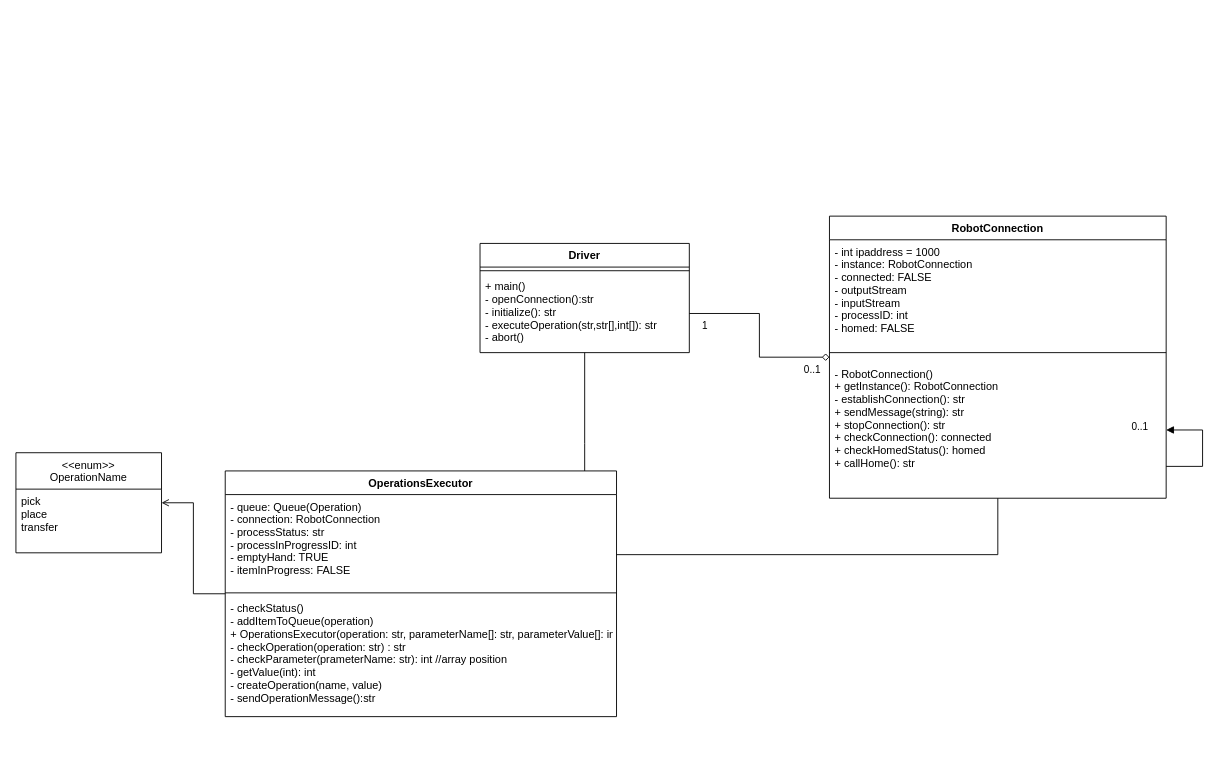
Before: Documentation/Driver Class Diagram.drawio in CristinaRiveraV/MockRobot_Device_Driver, a draw.io diagram. Source tidied: cells renumbered, new cells numbered last; positions are measured from the earlier drawing's top-left corner, leaving out a move shared by most shapes. Both pictures are drawn from the tidied source at 91%, with x=0, y=0 at pixel (15, 216).
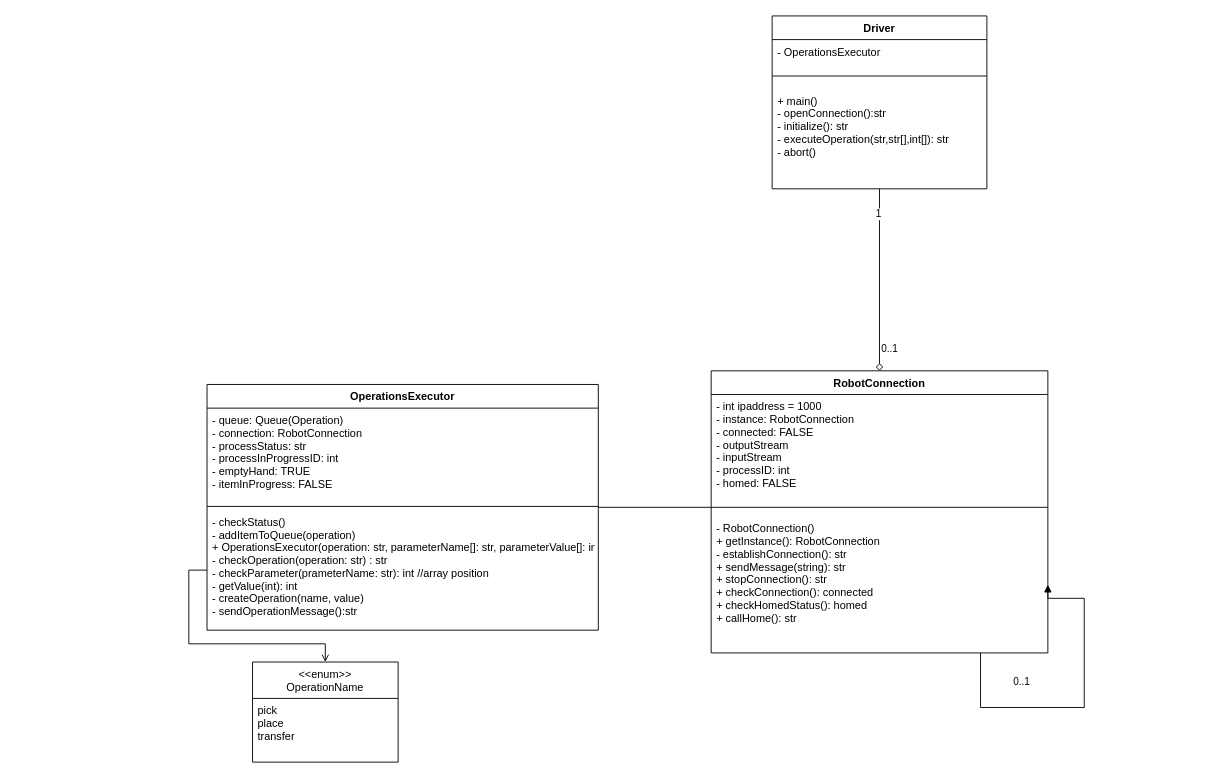
After the change.

Unchanged cells that the change refers to:
```xml
<mxCell id="8" value="- RobotConnection()&#10;+ getInstance(): RobotConnection&#10;- establishConnection(): str&#10;+ sendMessage(string): str&#10;+ stopConnection(): str&#10;+ checkConnection(): connected&#10;+ checkHomedStatus(): homed&#10;+ callHome(): str" style="text;strokeColor=none;fillColor=none;align=left;verticalAlign=top;spacingLeft=4;spacingRight=4;overflow=hidden;points=[[0,0.5],[1,0.5]];portConstraint=eastwest;" parent="5" vertex="1">
  <mxGeometry y="160" width="370" height="150" as="geometry" />
</mxCell>
<mxCell id="19" value="- checkStatus()&#10;- addItemToQueue(operation)&#10;+ OperationsExecutor(operation: str, parameterName[]: str, parameterValue[]: int): str&#10;- checkOperation(operation: str) : str&#10;- checkParameter(prameterName: str): int //array position&#10;- getValue(int): int&#10;- createOperation(name, value)&#10;- sendOperationMessage():str " style="text;strokeColor=none;fillColor=none;align=left;verticalAlign=top;spacingLeft=4;spacingRight=4;overflow=hidden;points=[[0,0.5],[1,0.5]];portConstraint=eastwest;" parent="16" vertex="1">
  <mxGeometry y="138" width="430" height="132" as="geometry" />
</mxCell>
```

What changed in the source:
```diff
@@
     <mxCell id="2" value="Driver" style="swimlane;fontStyle=1;align=center;verticalAlign=top;horizontal=1;startSize=26;" parent="1" vertex="1">
-      <mxGeometry x="510" y="30" width="230" height="120" as="geometry" />
+      <mxGeometry x="831" y="-220" width="236" height="190" as="geometry" />
     </mxCell>
+    <mxCell id="23" value="- OperationsExecutor" style="text;strokeColor=none;fillColor=none;align=left;verticalAlign=top;spacingLeft=4;spacingRight=4;overflow=hidden;" parent="2" vertex="1">
+      <mxGeometry y="26" width="236" height="26" as="geometry" />
+    </mxCell>
     <mxCell id="3" style="line;strokeWidth=1;fillColor=none;align=left;verticalAlign=middle;spacingTop=-1;spacingLeft=3;spacingRight=3;labelPosition=right;" parent="2" vertex="1">
-      <mxGeometry y="26" width="230" height="8" as="geometry" />
+      <mxGeometry y="52" width="236" height="28" as="geometry" />
     </mxCell>
     <mxCell id="4" value="+ main()&#10;- openConnection():str&#10;- initialize(): str&#10;- executeOperation(str,str[],int[]): str&#10;- abort()&#10;" style="text;strokeColor=none;fillColor=none;align=left;verticalAlign=top;spacingLeft=4;spacingRight=4;overflow=hidden;points=[[0,0.5],[1,0.5]];portConstraint=eastwest;" parent="2" vertex="1">
-      <mxGeometry y="34" width="230" height="86" as="geometry" />
+      <mxGeometry y="80" width="236" height="110" as="geometry" />
     </mxCell>
     <mxCell id="5" value="RobotConnection" style="swimlane;fontStyle=1;align=center;verticalAlign=top;horizontal=1;startSize=26;" parent="1" vertex="1">
-      <mxGeometry x="894" width="370" height="310" as="geometry" />
+      <mxGeometry x="764" y="170" width="370" height="310" as="geometry" />
     </mxCell>
@@
-    <mxCell id="9" style="edgeStyle=orthogonalEdgeStyle;rounded=0;jettySize=auto;html=1;endArrow=block;endFill=1;entryX=1;entryY=0.5;entryDx=0;entryDy=0;" parent="5" edge="1" source="5" target="8">
+    <mxCell id="9" style="edgeStyle=orthogonalEdgeStyle;rounded=0;orthogonalLoop=1;jettySize=auto;html=1;endArrow=block;endFill=1;entryX=1;entryY=0.5;entryDx=0;entryDy=0;exitX=0.8;exitY=1;exitDx=0;exitDy=0;exitPerimeter=0;" parent="5" edge="1" source="8" target="8">
       <mxGeometry relative="1" as="geometry">
         <Array as="points">
-          <mxPoint x="320" y="275" />
-          <mxPoint x="410" y="275" />
-          <mxPoint x="410" y="174" />
+          <mxPoint x="296" y="370" />
+          <mxPoint x="410" y="370" />
+          <mxPoint x="410" y="250" />
+          <mxPoint x="370" y="250" />
         </Array>
       </mxGeometry>
     </mxCell>
@@
-    <mxCell id="11" style="edgeStyle=orthogonalEdgeStyle;rounded=0;jettySize=auto;html=1;endArrow=diamond;endFill=0;" parent="1" edge="1" source="4" target="5">
+    <mxCell id="11" style="edgeStyle=orthogonalEdgeStyle;rounded=0;jettySize=auto;html=1;endArrow=diamond;endFill=0;" parent="1" edge="1" source="2" target="5">
       <mxGeometry relative="1" as="geometry" />
     </mxCell>
@@
-    <mxCell id="14" style="edgeStyle=orthogonalEdgeStyle;rounded=0;jettySize=auto;html=1;endArrow=none;endFill=0;" parent="1" edge="1" source="16" target="2">
-      <mxGeometry relative="1" as="geometry">
-        <Array as="points">
-          <mxPoint x="625" y="250" />
-          <mxPoint x="625" y="250" />
-        </Array>
-      </mxGeometry>
-    </mxCell>
     <mxCell id="15" style="edgeStyle=orthogonalEdgeStyle;rounded=0;jettySize=auto;html=1;endArrow=none;endFill=0;" parent="1" edge="1" source="16" target="5">
       <mxGeometry relative="1" as="geometry">
         <Array as="points">
-          <mxPoint x="1079" y="372" />
+          <mxPoint x="510" y="372" />
         </Array>
       </mxGeometry>
     </mxCell>
     <mxCell id="16" value="OperationsExecutor" style="swimlane;fontStyle=1;align=center;verticalAlign=top;horizontal=1;startSize=26;" parent="1" vertex="1">
-      <mxGeometry x="230" y="280" width="430" height="270" as="geometry" />
+      <mxGeometry x="210" y="185" width="430" height="270" as="geometry" />
     </mxCell>
@@
-    <mxCell id="20" style="edgeStyle=orthogonalEdgeStyle;rounded=0;jettySize=auto;html=1;endArrow=none;endFill=0;startArrow=open;startFill=0;" parent="1" edge="1" source="21" target="16">
+    <mxCell id="20" style="edgeStyle=orthogonalEdgeStyle;rounded=0;jettySize=auto;html=1;endArrow=none;endFill=0;startArrow=open;startFill=0;entryX=0;entryY=0.5;entryDx=0;entryDy=0;" parent="1" edge="1" source="21" target="19">
       <mxGeometry relative="1" as="geometry" />
     </mxCell>
     <mxCell id="21" value="&lt;&lt;enum&gt;&gt;&#10;OperationName" style="swimlane;fontStyle=0;horizontal=1;startSize=40;fillColor=none;" parent="1" vertex="1">
-      <mxGeometry y="260" width="160" height="110" as="geometry" />
+      <mxGeometry x="260" y="490" width="160" height="110" as="geometry" />
     </mxCell>
```
